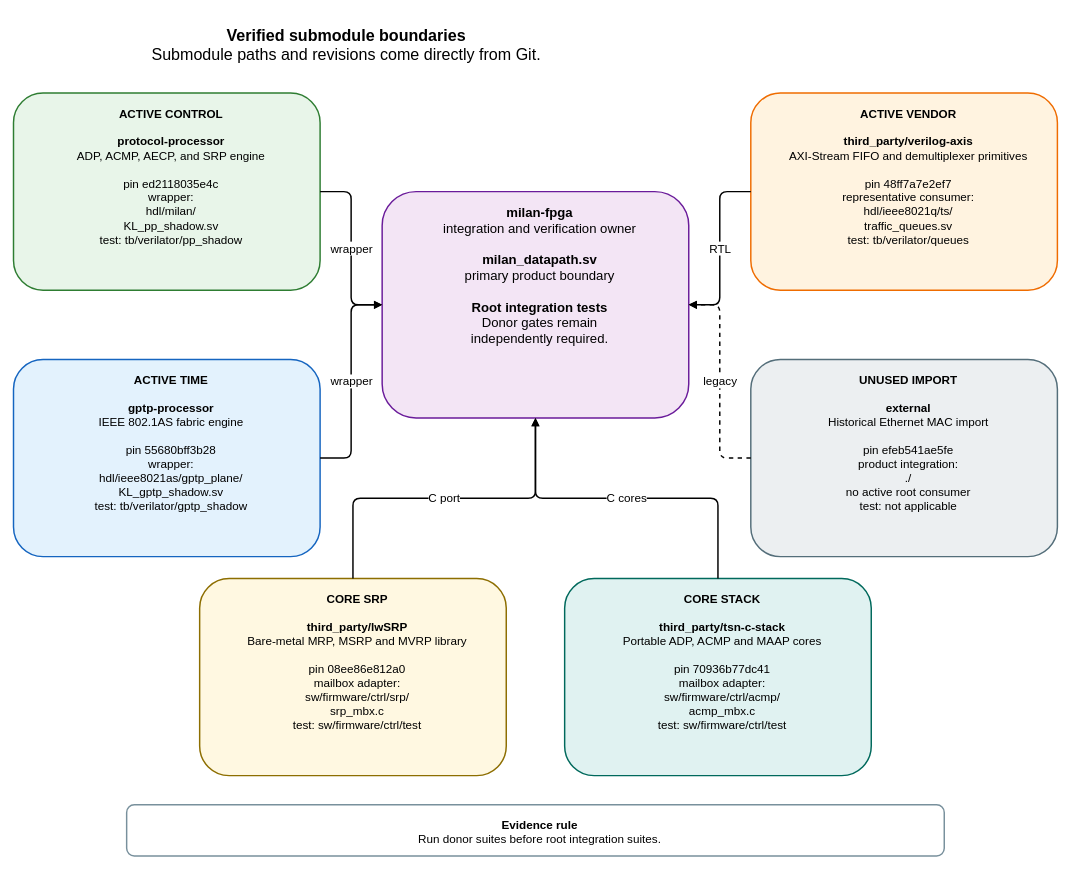
Above: docs/diagrams/submodule_boundaries.drawio in kebag-logic/milan-fpga (draw.io), before the change. Source tidied: cells renumbered, new cells numbered last; positions are measured from the earlier drawing's top-left corner, leaving out a move shared by most shapes. Both pictures are drawn from the tidied source at 73%, with x=0, y=0 at pixel (13, 12).
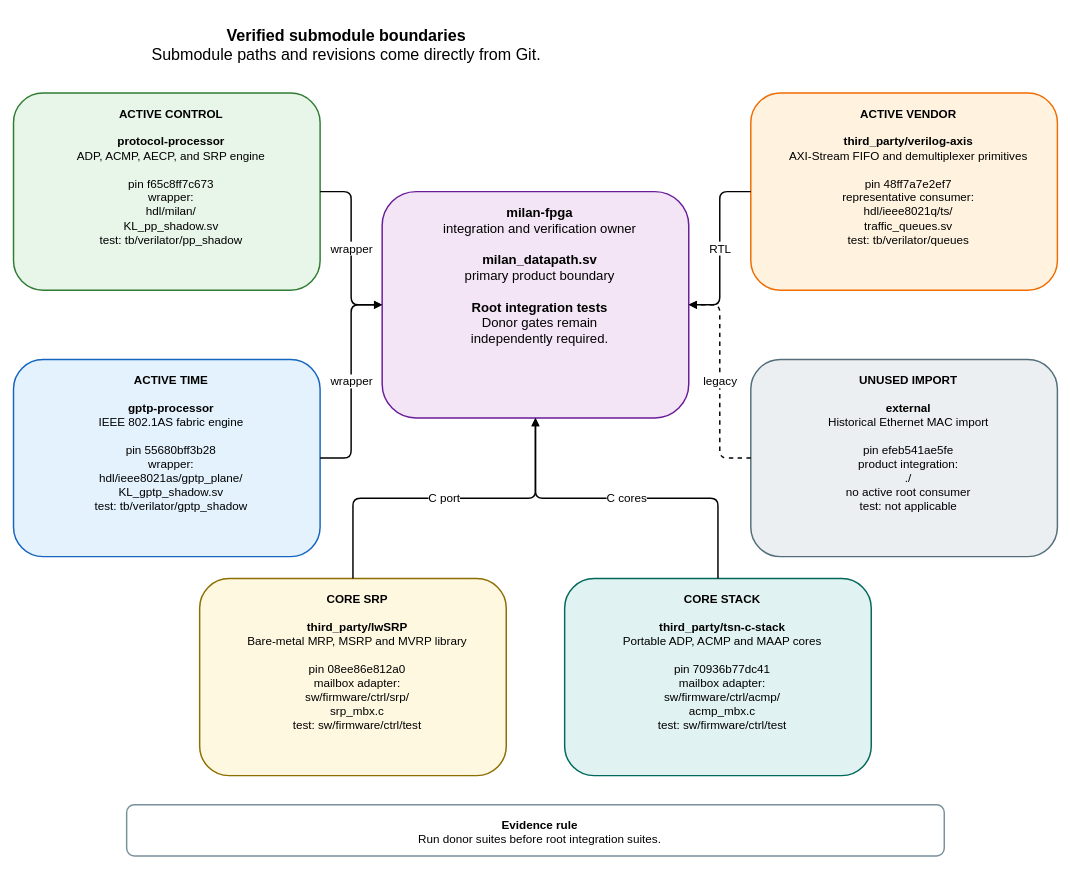
After the change.

Commit message (it also covers changes not shown here):
Re-record the pin-derived records at processor f65c8ff7: ROM digests, pin table and boundary diagram (#799)

Diff of the diagram source:
```diff
@@
 <mxGraphModel>
   <root>
     <mxCell id="0" />
     <mxCell id="1" parent="0" />
     <mxCell id="2" value="&lt;b&gt;Verified submodule boundaries&lt;/b&gt;&lt;br&gt;Submodule paths and revisions come directly from Git." style="rounded=1;whiteSpace=wrap;html=1;verticalAlign=top;spacingTop=12;spacingLeft=12;fontSize=22;fontFamily=Helvetica;fillColor=none;strokeColor=none;strokeWidth=2;" parent="1" vertex="1">
       <mxGeometry width="900" height="65" as="geometry" />
     </mxCell>
     <mxCell id="3" value="&lt;b&gt;milan-fpga&lt;/b&gt;&lt;br&gt;integration and verification owner&lt;br&gt;&lt;br&gt;&lt;b&gt;milan_datapath.sv&lt;/b&gt;&lt;br&gt;primary product boundary&lt;br&gt;&lt;br&gt;&lt;b&gt;Root integration tests&lt;/b&gt;&lt;br&gt;Donor gates remain&lt;br&gt;independently required." style="rounded=1;whiteSpace=wrap;html=1;verticalAlign=top;spacingTop=12;spacingLeft=12;fontSize=18;fontFamily=Helvetica;fillColor=#F3E5F5;strokeColor=#6A1B9A;strokeWidth=2;" parent="1" vertex="1">
       <mxGeometry x="505" y="245" width="420" height="310" as="geometry" />
     </mxCell>
-    <mxCell id="4" value="&lt;b&gt;ACTIVE CONTROL&lt;/b&gt;&lt;br&gt;&lt;br&gt;&lt;b&gt;protocol-processor&lt;/b&gt;&lt;br&gt;ADP, ACMP, AECP, and SRP engine&lt;br&gt;&lt;br&gt;pin ed2118035e4c&lt;br&gt;wrapper:&lt;br&gt;hdl/milan/&lt;br&gt;KL_pp_shadow.sv&lt;br&gt;test: tb/verilator/pp_shadow" style="rounded=1;whiteSpace=wrap;html=1;verticalAlign=top;spacingTop=12;spacingLeft=12;fontSize=16;fontFamily=Helvetica;fillColor=#E8F5E9;strokeColor=#2E7D32;strokeWidth=2;" parent="1" vertex="1">
+    <mxCell id="4" value="&lt;b&gt;ACTIVE CONTROL&lt;/b&gt;&lt;br&gt;&lt;br&gt;&lt;b&gt;protocol-processor&lt;/b&gt;&lt;br&gt;ADP, ACMP, AECP, and SRP engine&lt;br&gt;&lt;br&gt;pin f65c8ff7c673&lt;br&gt;wrapper:&lt;br&gt;hdl/milan/&lt;br&gt;KL_pp_shadow.sv&lt;br&gt;test: tb/verilator/pp_shadow" style="rounded=1;whiteSpace=wrap;html=1;verticalAlign=top;spacingTop=12;spacingLeft=12;fontSize=16;fontFamily=Helvetica;fillColor=#E8F5E9;strokeColor=#2E7D32;strokeWidth=2;" parent="1" vertex="1">
       <mxGeometry y="110" width="420" height="270" as="geometry" />
     </mxCell>
     <mxCell id="5" value="&lt;b&gt;ACTIVE TIME&lt;/b&gt;&lt;br&gt;&lt;br&gt;&lt;b&gt;gptp-processor&lt;/b&gt;&lt;br&gt;IEEE 802.1AS fabric engine&lt;br&gt;&lt;br&gt;pin 55680bff3b28&lt;br&gt;wrapper:&lt;br&gt;hdl/ieee8021as/gptp_plane/&lt;br&gt;KL_gptp_shadow.sv&lt;br&gt;test: tb/verilator/gptp_shadow" style="rounded=1;whiteSpace=wrap;html=1;verticalAlign=top;spacingTop=12;spacingLeft=12;fontSize=16;fontFamily=Helvetica;fillColor=#E3F2FD;strokeColor=#1565C0;strokeWidth=2;" parent="1" vertex="1">
       <mxGeometry y="475" width="420" height="270" as="geometry" />
     </mxCell>
     <mxCell id="6" value="&lt;b&gt;ACTIVE VENDOR&lt;/b&gt;&lt;br&gt;&lt;br&gt;&lt;b&gt;third_party/verilog-axis&lt;/b&gt;&lt;br&gt;AXI-Stream FIFO and demultiplexer primitives&lt;br&gt;&lt;br&gt;pin 48ff7a7e2ef7&lt;br&gt;representative consumer:&lt;br&gt;hdl/ieee8021q/ts/&lt;br&gt;traffic_queues.sv&lt;br&gt;test: tb/verilator/queues" style="rounded=1;whiteSpace=wrap;html=1;verticalAlign=top;spacingTop=12;spacingLeft=12;fontSize=16;fontFamily=Helvetica;fillColor=#FFF3E0;strokeColor=#EF6C00;strokeWidth=2;" parent="1" vertex="1">
       <mxGeometry x="1010" y="110" width="420" height="270" as="geometry" />
     </mxCell>
     <mxCell id="7" value="&lt;b&gt;UNUSED IMPORT&lt;/b&gt;&lt;br&gt;&lt;br&gt;&lt;b&gt;external&lt;/b&gt;&lt;br&gt;Historical Ethernet MAC import&lt;br&gt;&lt;br&gt;pin efeb541ae5fe&lt;br&gt;product integration:&lt;br&gt;./&lt;br&gt;no active root consumer&lt;br&gt;test: not applicable" style="rounded=1;whiteSpace=wrap;html=1;verticalAlign=top;spacingTop=12;spacingLeft=12;fontSize=16;fontFamily=Helvetica;fillColor=#ECEFF1;strokeColor=#546E7A;strokeWidth=2;" parent="1" vertex="1">
       <mxGeometry x="1010" y="475" width="420" height="270" as="geometry" />
     </mxCell>
     <mxCell id="8" value="&lt;b&gt;CORE SRP&lt;/b&gt;&lt;br&gt;&lt;br&gt;&lt;b&gt;third_party/lwSRP&lt;/b&gt;&lt;br&gt;Bare-metal MRP, MSRP and MVRP library&lt;br&gt;&lt;br&gt;pin 08ee86e812a0&lt;br&gt;mailbox adapter:&lt;br&gt;sw/firmware/ctrl/srp/&lt;br&gt;srp_mbx.c&lt;br&gt;test: sw/firmware/ctrl/test" style="rounded=1;whiteSpace=wrap;html=1;verticalAlign=top;spacingTop=12;spacingLeft=12;fontSize=16;fontFamily=Helvetica;fillColor=#FFF8E1;strokeColor=#8D6E00;strokeWidth=2;" parent="1" vertex="1">
       <mxGeometry x="255" y="775" width="420" height="270" as="geometry" />
     </mxCell>
     <mxCell id="9" value="&lt;b&gt;CORE STACK&lt;/b&gt;&lt;br&gt;&lt;br&gt;&lt;b&gt;third_party/tsn-c-stack&lt;/b&gt;&lt;br&gt;Portable ADP, ACMP and MAAP cores&lt;br&gt;&lt;br&gt;pin 70936b77dc41&lt;br&gt;mailbox adapter:&lt;br&gt;sw/firmware/ctrl/acmp/&lt;br&gt;acmp_mbx.c&lt;br&gt;test: sw/firmware/ctrl/test" style="rounded=1;whiteSpace=wrap;html=1;verticalAlign=top;spacingTop=12;spacingLeft=12;fontSize=16;fontFamily=Helvetica;fillColor=#E0F2F1;strokeColor=#00695C;strokeWidth=2;" parent="1" vertex="1">
       <mxGeometry x="755" y="775" width="420" height="270" as="geometry" />
     </mxCell>
     <mxCell id="10" value="wrapper" style="edgeStyle=orthogonalEdgeStyle;rounded=1;jettySize=auto;html=1;endArrow=block;endFill=1;strokeWidth=2;fontSize=16;fontFamily=Helvetica;labelBackgroundColor=#FFFFFF;" parent="1" edge="1" source="4" target="3">
       <mxGeometry relative="1" as="geometry" />
     </mxCell>
     <mxCell id="11" value="wrapper" style="edgeStyle=orthogonalEdgeStyle;rounded=1;jettySize=auto;html=1;endArrow=block;endFill=1;strokeWidth=2;fontSize=16;fontFamily=Helvetica;labelBackgroundColor=#FFFFFF;" parent="1" edge="1" source="5" target="3">
       <mxGeometry relative="1" as="geometry" />
     </mxCell>
     <mxCell id="12" value="RTL" style="edgeStyle=orthogonalEdgeStyle;rounded=1;jettySize=auto;html=1;endArrow=block;endFill=1;strokeWidth=2;fontSize=16;fontFamily=Helvetica;labelBackgroundColor=#FFFFFF;" parent="1" edge="1" source="6" target="3">
       <mxGeometry relative="1" as="geometry" />
     </mxCell>
     <mxCell id="13" value="legacy" style="edgeStyle=orthogonalEdgeStyle;rounded=1;jettySize=auto;html=1;endArrow=block;endFill=1;strokeWidth=2;fontSize=16;fontFamily=Helvetica;labelBackgroundColor=#FFFFFF;dashed=1;" parent="1" edge="1" source="7" target="3">
       <mxGeometry relative="1" as="geometry" />
     </mxCell>
     <mxCell id="14" value="C port" style="edgeStyle=orthogonalEdgeStyle;rounded=1;jettySize=auto;html=1;endArrow=block;endFill=1;strokeWidth=2;fontSize=16;fontFamily=Helvetica;labelBackgroundColor=#FFFFFF;" parent="1" edge="1" source="8" target="3">
       <mxGeometry relative="1" as="geometry" />
     </mxCell>
     <mxCell id="15" value="C cores" style="edgeStyle=orthogonalEdgeStyle;rounded=1;jettySize=auto;html=1;endArrow=block;endFill=1;strokeWidth=2;fontSize=16;fontFamily=Helvetica;labelBackgroundColor=#FFFFFF;" parent="1" edge="1" source="9" target="3">
       <mxGeometry relative="1" as="geometry" />
     </mxCell>
     <mxCell id="16" value="&lt;b&gt;Evidence rule&lt;/b&gt;&lt;br&gt;Run donor suites before root integration suites." style="rounded=1;whiteSpace=wrap;html=1;verticalAlign=top;spacingTop=12;spacingLeft=12;fontSize=16;fontFamily=Helvetica;fillColor=#FFFFFF;strokeColor=#78909C;strokeWidth=2;" parent="1" vertex="1">
       <mxGeometry x="155" y="1085" width="1120" height="70" as="geometry" />
     </mxCell>
   </root>
 </mxGraphModel>
```
